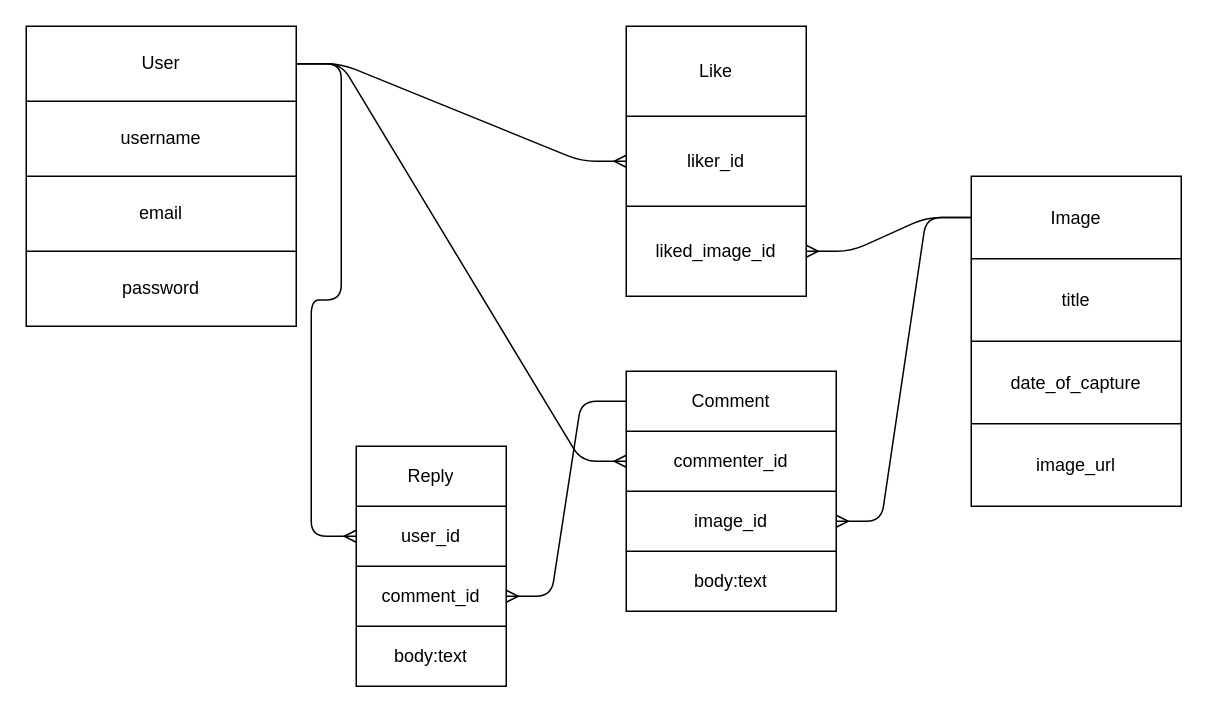
The draw.io diagram database_table.drawio in DavidRMorphew/insta_space_backend, before the edit. Source tidied: cells renumbered, new cells numbered last; positions are measured from the earlier drawing's top-left corner, leaving out a move shared by most shapes. Both pictures are drawn from the tidied source at 150%, with x=0, y=0 at pixel (26, 26).
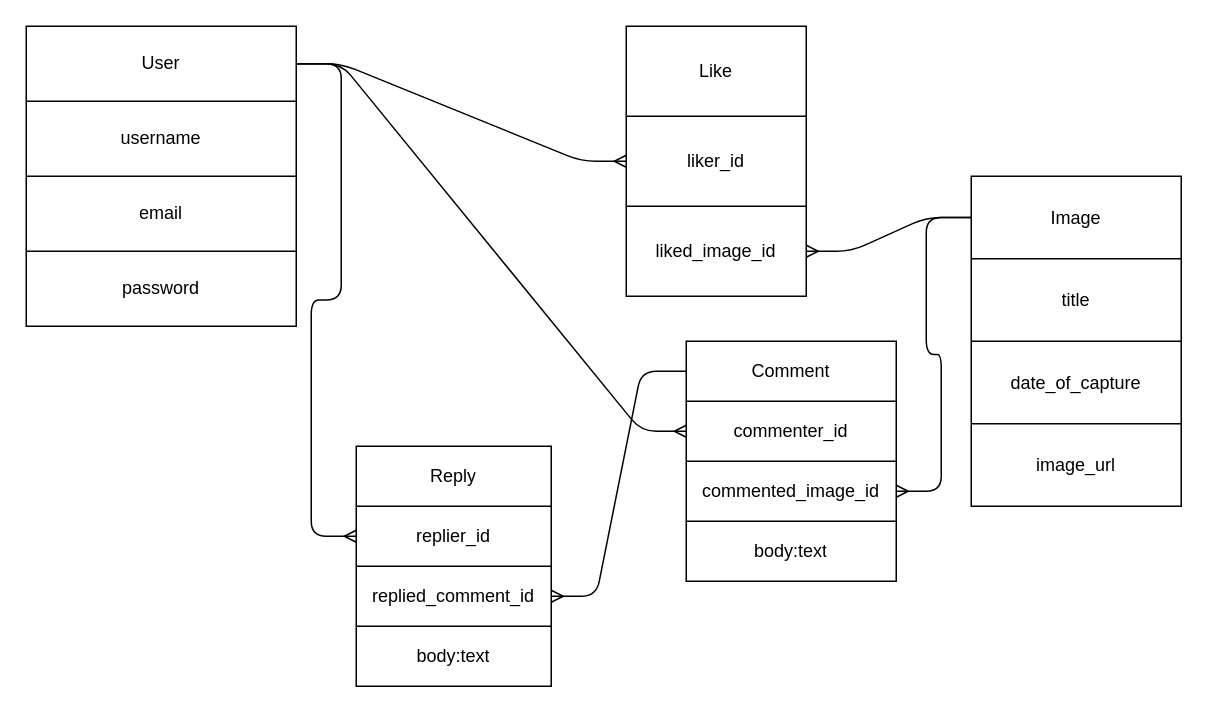
The same diagram, later.

The change refers to these unchanged cells:
```xml
<mxCell id="45" style="shape=partialRectangle;fillColor=none;top=0;left=0;bottom=0;right=0;points=[[0,0.5],[1,0.5]];portConstraint=eastwest;" parent="40" vertex="1">
  <mxGeometry y="80" width="140" height="40" as="geometry" />
</mxCell>
```

The edit, as a diff of the source:
```diff
@@
     <mxCell id="29" style="shape=table;startSize=0;childLayout=tableLayout;" parent="1" vertex="1">
-      <mxGeometry x="220" y="280" width="100" height="160" as="geometry" />
+      <mxGeometry x="220" y="280" width="130" height="160" as="geometry" />
     </mxCell>
     <mxCell id="30" style="shape=partialRectangle;fillColor=none;top=0;left=0;bottom=0;right=0;" parent="29" vertex="1">
-      <mxGeometry width="100" height="40" as="geometry" />
+      <mxGeometry width="130" height="40" as="geometry" />
     </mxCell>
     <mxCell id="31" value="Reply" style="shape=partialRectangle;html=1;whiteSpace=wrap;overflow=hidden;fillColor=none;top=0;left=0;bottom=0;right=0;" parent="30" vertex="1">
-      <mxGeometry width="100" height="40" as="geometry" />
+      <mxGeometry width="130" height="40" as="geometry" />
     </mxCell>
     <mxCell id="32" style="shape=partialRectangle;fillColor=none;top=0;left=0;bottom=0;right=0;points=[[0,0.5],[1,0.5]];portConstraint=eastwest;" parent="29" vertex="1">
-      <mxGeometry y="40" width="100" height="40" as="geometry" />
+      <mxGeometry y="40" width="130" height="40" as="geometry" />
     </mxCell>
-    <mxCell id="33" value="user_id" style="shape=partialRectangle;html=1;whiteSpace=wrap;overflow=hidden;fillColor=none;top=0;left=0;bottom=0;right=0;" parent="32" vertex="1">
-      <mxGeometry width="100" height="40" as="geometry" />
+    <mxCell id="33" value="replier_id" style="shape=partialRectangle;html=1;whiteSpace=wrap;overflow=hidden;fillColor=none;top=0;left=0;bottom=0;right=0;" parent="32" vertex="1">
+      <mxGeometry width="130" height="40" as="geometry" />
     </mxCell>
     <mxCell id="34" style="shape=partialRectangle;fillColor=none;top=0;left=0;bottom=0;right=0;points=[[0,0.5],[1,0.5]];portConstraint=eastwest;" parent="29" vertex="1">
-      <mxGeometry y="80" width="100" height="40" as="geometry" />
+      <mxGeometry y="80" width="130" height="40" as="geometry" />
     </mxCell>
-    <mxCell id="35" value="comment_id" style="shape=partialRectangle;html=1;whiteSpace=wrap;overflow=hidden;fillColor=none;top=0;left=0;bottom=0;right=0;" parent="34" vertex="1">
-      <mxGeometry width="100" height="40" as="geometry" />
+    <mxCell id="35" value="replied_comment_id" style="shape=partialRectangle;html=1;whiteSpace=wrap;overflow=hidden;fillColor=none;top=0;left=0;bottom=0;right=0;" parent="34" vertex="1">
+      <mxGeometry width="130" height="40" as="geometry" />
     </mxCell>
     <mxCell id="36" style="shape=partialRectangle;fillColor=none;top=0;left=0;bottom=0;right=0;" parent="29" vertex="1">
-      <mxGeometry y="120" width="100" height="40" as="geometry" />
+      <mxGeometry y="120" width="130" height="40" as="geometry" />
     </mxCell>
     <mxCell id="37" value="body:text" style="shape=partialRectangle;html=1;whiteSpace=wrap;overflow=hidden;fillColor=none;top=0;left=0;bottom=0;right=0;" parent="36" vertex="1">
-      <mxGeometry width="100" height="40" as="geometry" />
+      <mxGeometry width="130" height="40" as="geometry" />
     </mxCell>
@@
     <mxCell id="40" style="shape=table;startSize=0;childLayout=tableLayout;" parent="1" vertex="1">
-      <mxGeometry x="400" y="230" width="140" height="160" as="geometry" />
+      <mxGeometry x="440" y="210" width="140" height="160" as="geometry" />
     </mxCell>
@@
-    <mxCell id="46" value="image_id" style="shape=partialRectangle;html=1;whiteSpace=wrap;overflow=hidden;fillColor=none;top=0;left=0;bottom=0;right=0;" parent="45" vertex="1">
+    <mxCell id="46" value="commented_image_id" style="shape=partialRectangle;html=1;whiteSpace=wrap;overflow=hidden;fillColor=none;top=0;left=0;bottom=0;right=0;" parent="45" vertex="1">
       <mxGeometry width="140" height="40" as="geometry" />
     </mxCell>
```
